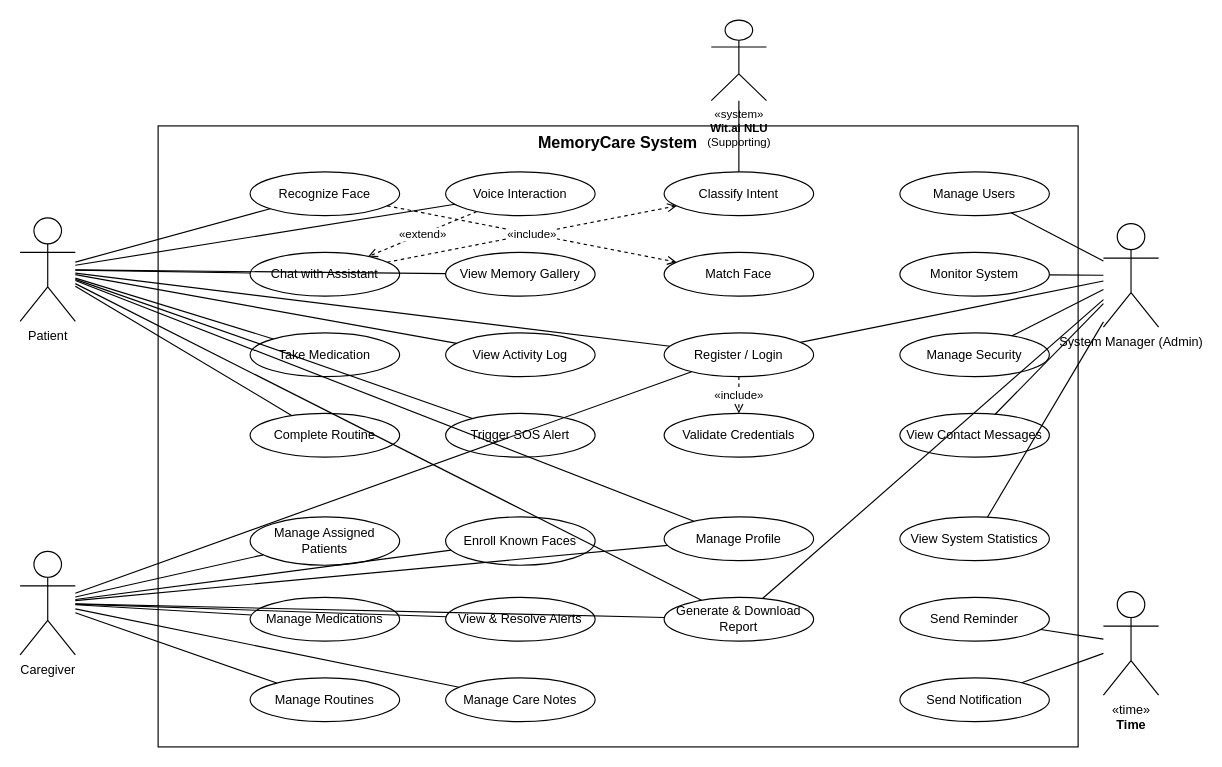
Before: docs/diagrams/use-case.drawio.xml in Iraj-Shahzad/memoracare-, a draw.io diagram. Source tidied: cells renumbered, new cells numbered last; positions are measured from the earlier drawing's top-left corner, leaving out a move shared by most shapes. Both pictures are drawn from the tidied source at 115%, with x=0, y=0 at pixel (20, 20).
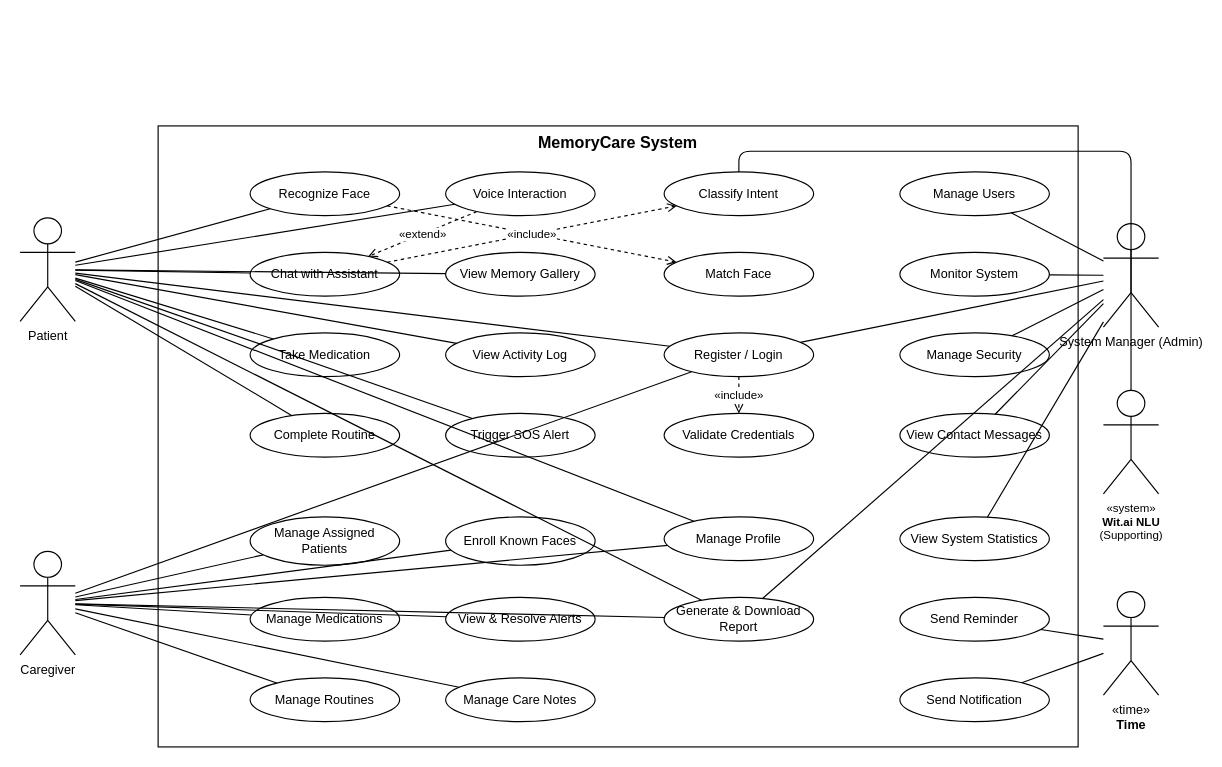
Above is the later version.

Commit message (it also covers changes not shown here):
Use Case final: Wit.ai supporting actor moved to right side; add rendered SVG image

The change refers to these unchanged cells:
```xml
<mxCell id="22" value="Classify Intent" style="ellipse;whiteSpace=wrap;html=1;fontSize=11;" parent="1" vertex="1">
  <mxGeometry x="560" y="132" width="130" height="38" as="geometry" />
</mxCell>
```

Diff of the diagram source:
```diff
@@
     <mxCell id="6" value="«system»&lt;br&gt;&lt;b&gt;Wit.ai NLU&lt;/b&gt;&lt;br&gt;(Supporting)" style="shape=umlActor;verticalLabelPosition=bottom;verticalAlign=top;html=1;outlineConnect=0;fontSize=10;" parent="1" vertex="1">
-      <mxGeometry x="601" width="48" height="70" as="geometry" />
+      <mxGeometry x="942" y="322" width="48" height="90" as="geometry" />
     </mxCell>
@@
-    <mxCell id="64" style="endArrow=none;html=1;" parent="1" edge="1" source="6" target="22">
-      <mxGeometry relative="1" as="geometry" />
+    <mxCell id="64" style="endArrow=none;html=1;edgeStyle=orthogonalEdgeStyle;exitX=0.5;exitY=0;entryX=0.5;entryY=0;" parent="1" edge="1" source="6" target="22">
+      <mxGeometry relative="1" as="geometry">
+        <Array as="points">
+          <mxPoint x="966" y="114" />
+          <mxPoint x="625" y="114" />
+        </Array>
+      </mxGeometry>
     </mxCell>
```
